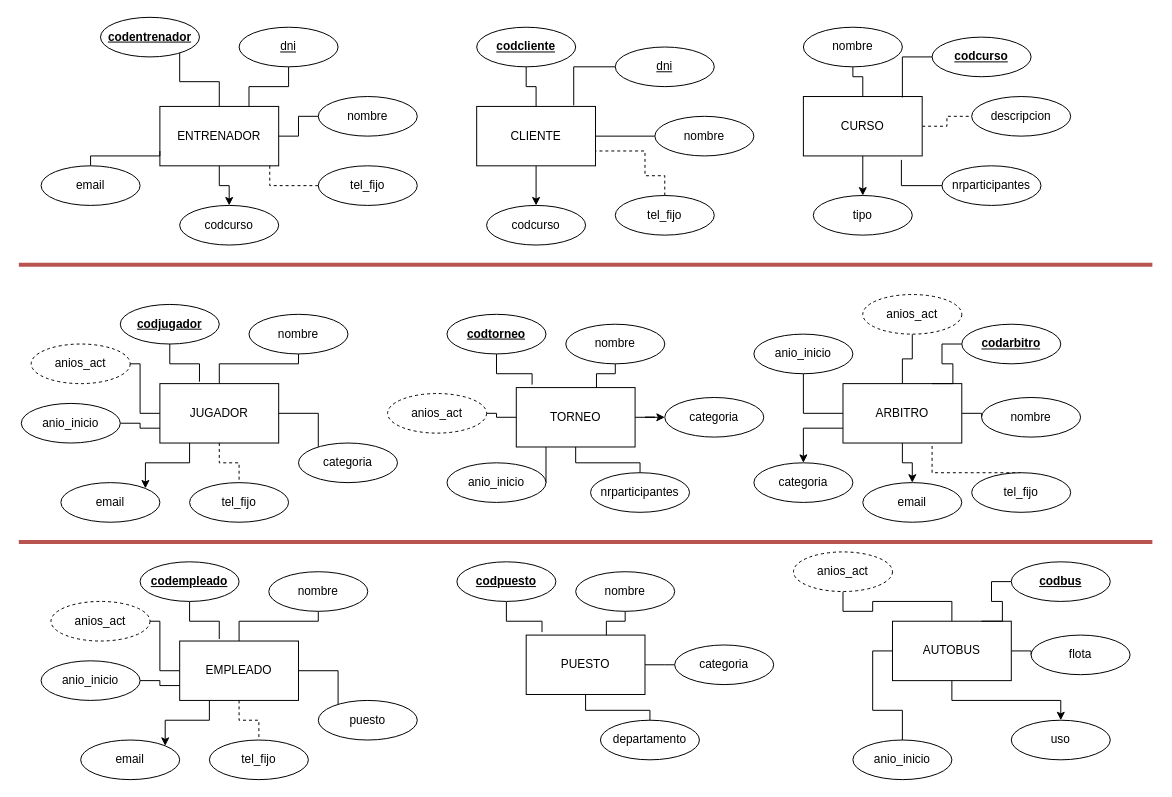
Earlier version of the draw.io diagram U7T1.drawio (memfu/BBDD). Source tidied: cells renumbered, new cells numbered last; positions are measured from the earlier drawing's top-left corner, leaving out a move shared by most shapes. Both pictures are drawn from the tidied source at 99%, with x=0, y=0 at pixel (19, 17).
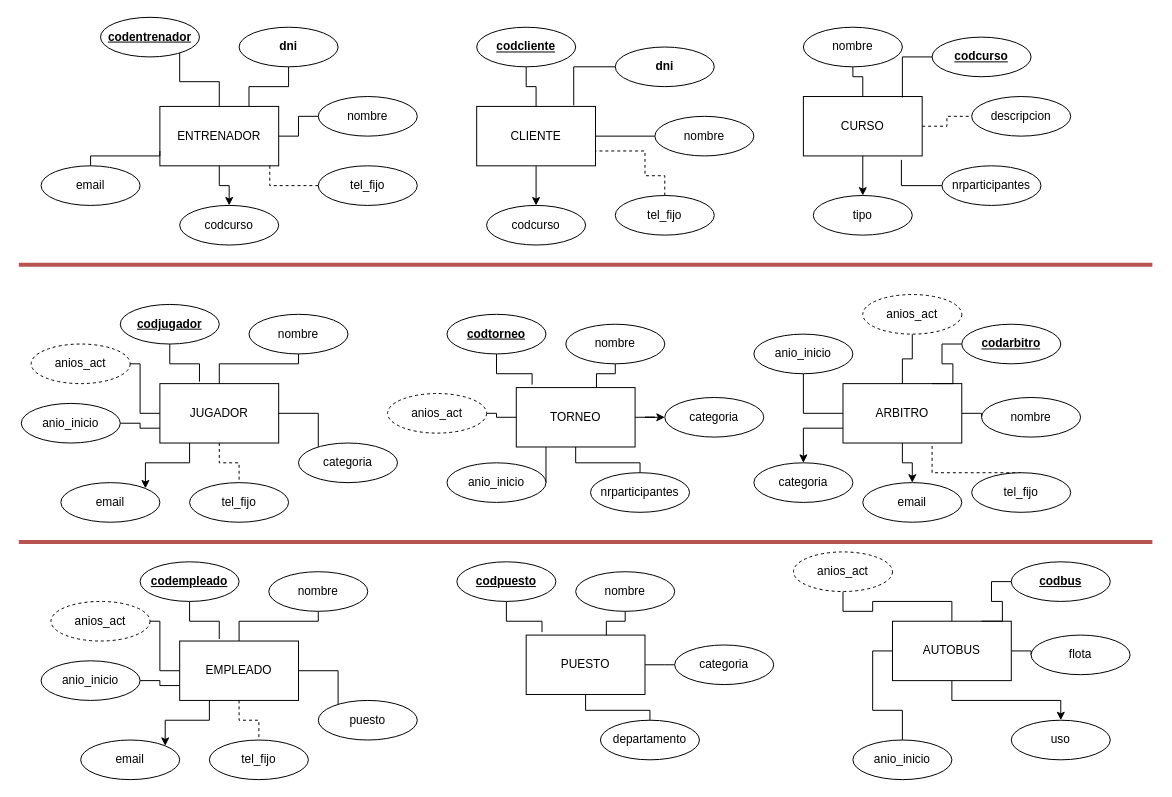
The same diagram, later.

Commit message:
AIA_negrita

Diff of the diagram source:
```diff
@@
-    <mxCell id="16" value="&lt;u&gt;&lt;span&gt;dni&lt;/span&gt;&lt;/u&gt;" style="ellipse;whiteSpace=wrap;html=1;fontStyle=0;" parent="1" vertex="1">
+    <mxCell id="16" value="&lt;span&gt;&lt;span&gt;dni&lt;/span&gt;&lt;/span&gt;" style="ellipse;whiteSpace=wrap;html=1;fontStyle=1;" parent="1" vertex="1">
       <mxGeometry x="222" y="10" width="100" height="40" as="geometry" />
     </mxCell>
@@
-    <mxCell id="32" value="&lt;u&gt;&lt;span&gt;dni&lt;/span&gt;&lt;/u&gt;" style="ellipse;whiteSpace=wrap;html=1;fontStyle=0;" parent="1" vertex="1">
+    <mxCell id="32" value="&lt;span&gt;&lt;span&gt;dni&lt;/span&gt;&lt;/span&gt;" style="ellipse;whiteSpace=wrap;html=1;fontStyle=1;" parent="1" vertex="1">
       <mxGeometry x="602" y="30" width="100" height="40" as="geometry" />
     </mxCell>
```
